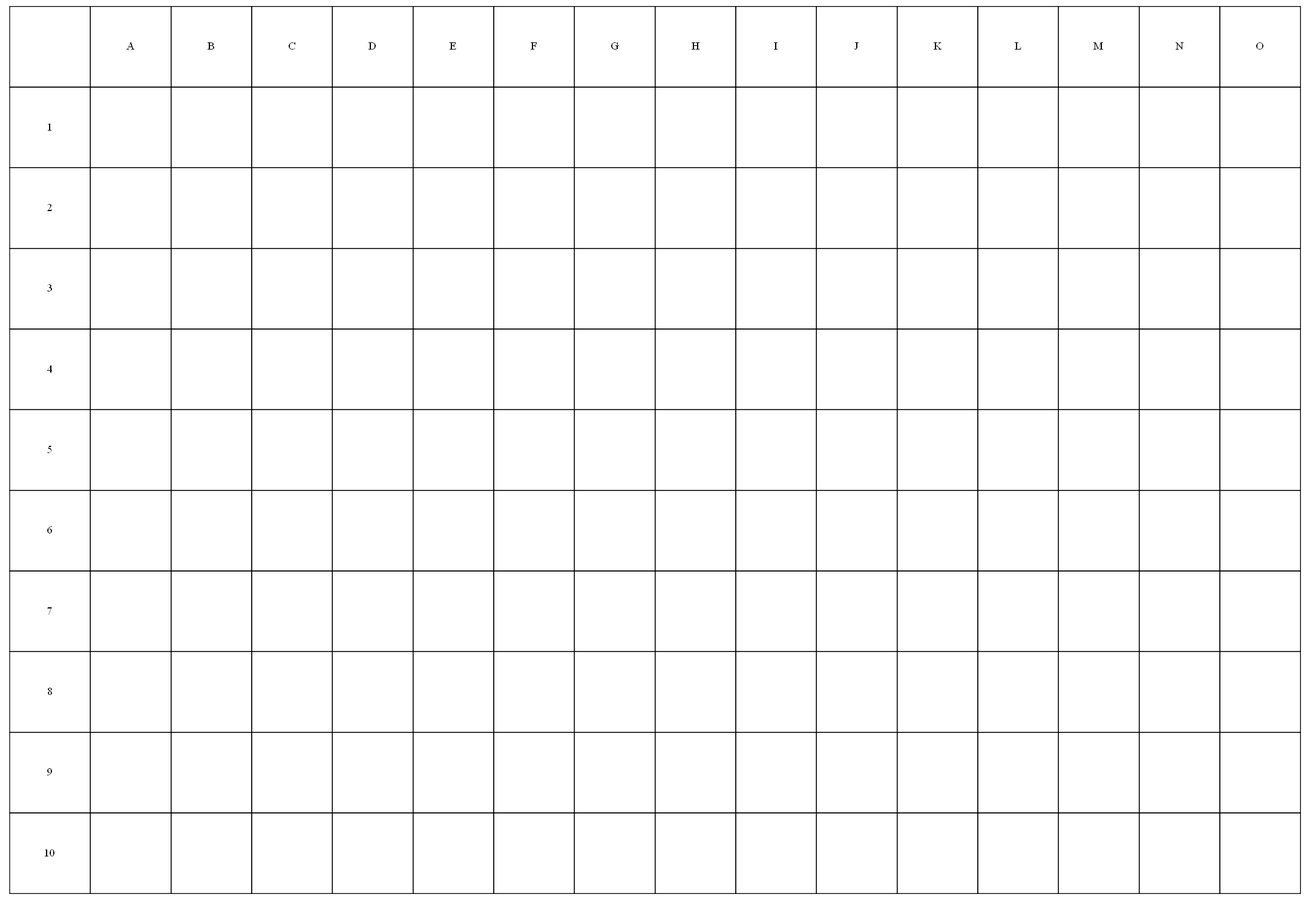
Before: Proyecto_fase2/WSnaval_wars/ClienteAdmin/Imagenes/tablero_submarinos.png, a diagram exported from Graphviz (jocaqes/EDD_201212921). Its source is kept beside it as Proyecto_fase2/WSnaval_wars/WSnaval_wars/Dots/tablero_submarinos.dot.
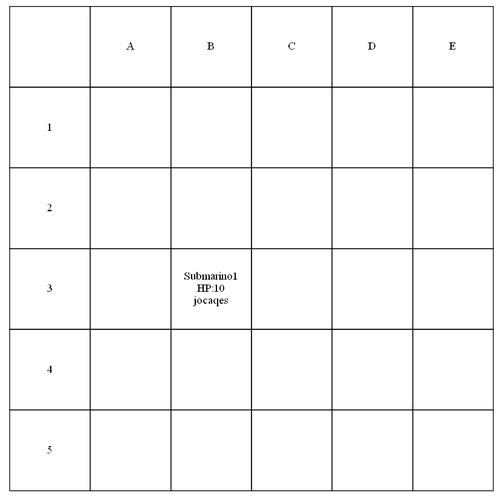
Above is the later version.

The edit, as a diff of the source:
```diff
@@ -7,29 +7,9 @@
 <TD width="100" height="100" fixedsize="true">C</TD>
 <TD width="100" height="100" fixedsize="true">D</TD>
 <TD width="100" height="100" fixedsize="true">E</TD>
-<TD width="100" height="100" fixedsize="true">F</TD>
-<TD width="100" height="100" fixedsize="true">G</TD>
-<TD width="100" height="100" fixedsize="true">H</TD>
-<TD width="100" height="100" fixedsize="true">I</TD>
-<TD width="100" height="100" fixedsize="true">J</TD>
-<TD width="100" height="100" fixedsize="true">K</TD>
-<TD width="100" height="100" fixedsize="true">L</TD>
-<TD width="100" height="100" fixedsize="true">M</TD>
-<TD width="100" height="100" fixedsize="true">N</TD>
-<TD width="100" height="100" fixedsize="true">O</TD>
 </TR>
 <TR>
 <TD width="100" height="100" fixedsize="true">1</TD>
-<TD width="100" height="100" fixedsize="true"></TD>
-<TD width="100" height="100" fixedsize="true"></TD>
-<TD width="100" height="100" fixedsize="true"></TD>
-<TD width="100" height="100" fixedsize="true"></TD>
-<TD width="100" height="100" fixedsize="true"></TD>
-<TD width="100" height="100" fixedsize="true"></TD>
-<TD width="100" height="100" fixedsize="true"></TD>
-<TD width="100" height="100" fixedsize="true"></TD>
-<TD width="100" height="100" fixedsize="true"></TD>
-<TD width="100" height="100" fixedsize="true"></TD>
 <TD width="100" height="100" fixedsize="true"></TD>
 <TD width="100" height="100" fixedsize="true"></TD>
 <TD width="100" height="100" fixedsize="true"></TD>
@@ -42,45 +22,15 @@
 <TD width="100" height="100" fixedsize="true"></TD>
 <TD width="100" height="100" fixedsize="true"></TD>
 <TD width="100" height="100" fixedsize="true"></TD>
-<TD width="100" height="100" fixedsize="true"></TD>
-<TD width="100" height="100" fixedsize="true"></TD>
-<TD width="100" height="100" fixedsize="true"></TD>
-<TD width="100" height="100" fixedsize="true"></TD>
-<TD width="100" height="100" fixedsize="true"></TD>
-<TD width="100" height="100" fixedsize="true"></TD>
-<TD width="100" height="100" fixedsize="true"></TD>
-<TD width="100" height="100" fixedsize="true"></TD>
-<TD width="100" height="100" fixedsize="true"></TD>
-<TD width="100" height="100" fixedsize="true"></TD>
 </TR><TR>
 <TD width="100" height="100" fixedsize="true">3</TD>
 <TD width="100" height="100" fixedsize="true"></TD>
-<TD width="100" height="100" fixedsize="true"></TD>
-<TD width="100" height="100" fixedsize="true"></TD>
-<TD width="100" height="100" fixedsize="true"></TD>
-<TD width="100" height="100" fixedsize="true"></TD>
-<TD width="100" height="100" fixedsize="true"></TD>
-<TD width="100" height="100" fixedsize="true"></TD>
-<TD width="100" height="100" fixedsize="true"></TD>
-<TD width="100" height="100" fixedsize="true"></TD>
-<TD width="100" height="100" fixedsize="true"></TD>
-<TD width="100" height="100" fixedsize="true"></TD>
-<TD width="100" height="100" fixedsize="true"></TD>
+<TD width="100" height="100" fixedsize="true">Submarino1<br/>HP:10<br/>jocaqes</TD>
 <TD width="100" height="100" fixedsize="true"></TD>
 <TD width="100" height="100" fixedsize="true"></TD>
 <TD width="100" height="100" fixedsize="true"></TD>
 </TR><TR>
 <TD width="100" height="100" fixedsize="true">4</TD>
-<TD width="100" height="100" fixedsize="true"></TD>
-<TD width="100" height="100" fixedsize="true"></TD>
-<TD width="100" height="100" fixedsize="true"></TD>
-<TD width="100" height="100" fixedsize="true"></TD>
-<TD width="100" height="100" fixedsize="true"></TD>
-<TD width="100" height="100" fixedsize="true"></TD>
-<TD width="100" height="100" fixedsize="true"></TD>
-<TD width="100" height="100" fixedsize="true"></TD>
-<TD width="100" height="100" fixedsize="true"></TD>
-<TD width="100" height="100" fixedsize="true"></TD>
 <TD width="100" height="100" fixedsize="true"></TD>
 <TD width="100" height="100" fixedsize="true"></TD>
 <TD width="100" height="100" fixedsize="true"></TD>
@@ -93,100 +43,5 @@
 <TD width="100" height="100" fixedsize="true"></TD>
 <TD width="100" height="100" fixedsize="true"></TD>
 <TD width="100" height="100" fixedsize="true"></TD>
-<TD width="100" height="100" fixedsize="true"></TD>
-<TD width="100" height="100" fixedsize="true"></TD>
-<TD width="100" height="100" fixedsize="true"></TD>
-<TD width="100" height="100" fixedsize="true"></TD>
-<TD width="100" height="100" fixedsize="true"></TD>
-<TD width="100" height="100" fixedsize="true"></TD>
-<TD width="100" height="100" fixedsize="true"></TD>
-<TD width="100" height="100" fixedsize="true"></TD>
-<TD width="100" height="100" fixedsize="true"></TD>
-<TD width="100" height="100" fixedsize="true"></TD>
-</TR><TR>
-<TD width="100" height="100" fixedsize="true">6</TD>
-<TD width="100" height="100" fixedsize="true"></TD>
-<TD width="100" height="100" fixedsize="true"></TD>
-<TD width="100" height="100" fixedsize="true"></TD>
-<TD width="100" height="100" fixedsize="true"></TD>
-<TD width="100" height="100" fixedsize="true"></TD>
-<TD width="100" height="100" fixedsize="true"></TD>
-<TD width="100" height="100" fixedsize="true"></TD>
-<TD width="100" height="100" fixedsize="true"></TD>
-<TD width="100" height="100" fixedsize="true"></TD>
-<TD width="100" height="100" fixedsize="true"></TD>
-<TD width="100" height="100" fixedsize="true"></TD>
-<TD width="100" height="100" fixedsize="true"></TD>
-<TD width="100" height="100" fixedsize="true"></TD>
-<TD width="100" height="100" fixedsize="true"></TD>
-<TD width="100" height="100" fixedsize="true"></TD>
-</TR><TR>
-<TD width="100" height="100" fixedsize="true">7</TD>
-<TD width="100" height="100" fixedsize="true"></TD>
-<TD width="100" height="100" fixedsize="true"></TD>
-<TD width="100" height="100" fixedsize="true"></TD>
-<TD width="100" height="100" fixedsize="true"></TD>
-<TD width="100" height="100" fixedsize="true"></TD>
-<TD width="100" height="100" fixedsize="true"></TD>
-<TD width="100" height="100" fixedsize="true"></TD>
-<TD width="100" height="100" fixedsize="true"></TD>
-<TD width="100" height="100" fixedsize="true"></TD>
-<TD width="100" height="100" fixedsize="true"></TD>
-<TD width="100" height="100" fixedsize="true"></TD>
-<TD width="100" height="100" fixedsize="true"></TD>
-<TD width="100" height="100" fixedsize="true"></TD>
-<TD width="100" height="100" fixedsize="true"></TD>
-<TD width="100" height="100" fixedsize="true"></TD>
-</TR><TR>
-<TD width="100" height="100" fixedsize="true">8</TD>
-<TD width="100" height="100" fixedsize="true"></TD>
-<TD width="100" height="100" fixedsize="true"></TD>
-<TD width="100" height="100" fixedsize="true"></TD>
-<TD width="100" height="100" fixedsize="true"></TD>
-<TD width="100" height="100" fixedsize="true"></TD>
-<TD width="100" height="100" fixedsize="true"></TD>
-<TD width="100" height="100" fixedsize="true"></TD>
-<TD width="100" height="100" fixedsize="true"></TD>
-<TD width="100" height="100" fixedsize="true"></TD>
-<TD width="100" height="100" fixedsize="true"></TD>
-<TD width="100" height="100" fixedsize="true"></TD>
-<TD width="100" height="100" fixedsize="true"></TD>
-<TD width="100" height="100" fixedsize="true"></TD>
-<TD width="100" height="100" fixedsize="true"></TD>
-<TD width="100" height="100" fixedsize="true"></TD>
-</TR><TR>
-<TD width="100" height="100" fixedsize="true">9</TD>
-<TD width="100" height="100" fixedsize="true"></TD>
-<TD width="100" height="100" fixedsize="true"></TD>
-<TD width="100" height="100" fixedsize="true"></TD>
-<TD width="100" height="100" fixedsize="true"></TD>
-<TD width="100" height="100" fixedsize="true"></TD>
-<TD width="100" height="100" fixedsize="true"></TD>
-<TD width="100" height="100" fixedsize="true"></TD>
-<TD width="100" height="100" fixedsize="true"></TD>
-<TD width="100" height="100" fixedsize="true"></TD>
-<TD width="100" height="100" fixedsize="true"></TD>
-<TD width="100" height="100" fixedsize="true"></TD>
-<TD width="100" height="100" fixedsize="true"></TD>
-<TD width="100" height="100" fixedsize="true"></TD>
-<TD width="100" height="100" fixedsize="true"></TD>
-<TD width="100" height="100" fixedsize="true"></TD>
-</TR><TR>
-<TD width="100" height="100" fixedsize="true">10</TD>
-<TD width="100" height="100" fixedsize="true"></TD>
-<TD width="100" height="100" fixedsize="true"></TD>
-<TD width="100" height="100" fixedsize="true"></TD>
-<TD width="100" height="100" fixedsize="true"></TD>
-<TD width="100" height="100" fixedsize="true"></TD>
-<TD width="100" height="100" fixedsize="true"></TD>
-<TD width="100" height="100" fixedsize="true"></TD>
-<TD width="100" height="100" fixedsize="true"></TD>
-<TD width="100" height="100" fixedsize="true"></TD>
-<TD width="100" height="100" fixedsize="true"></TD>
-<TD width="100" height="100" fixedsize="true"></TD>
-<TD width="100" height="100" fixedsize="true"></TD>
-<TD width="100" height="100" fixedsize="true"></TD>
-<TD width="100" height="100" fixedsize="true"></TD>
-<TD width="100" height="100" fixedsize="true"></TD>
 </TR></TABLE>>];
 }
```
